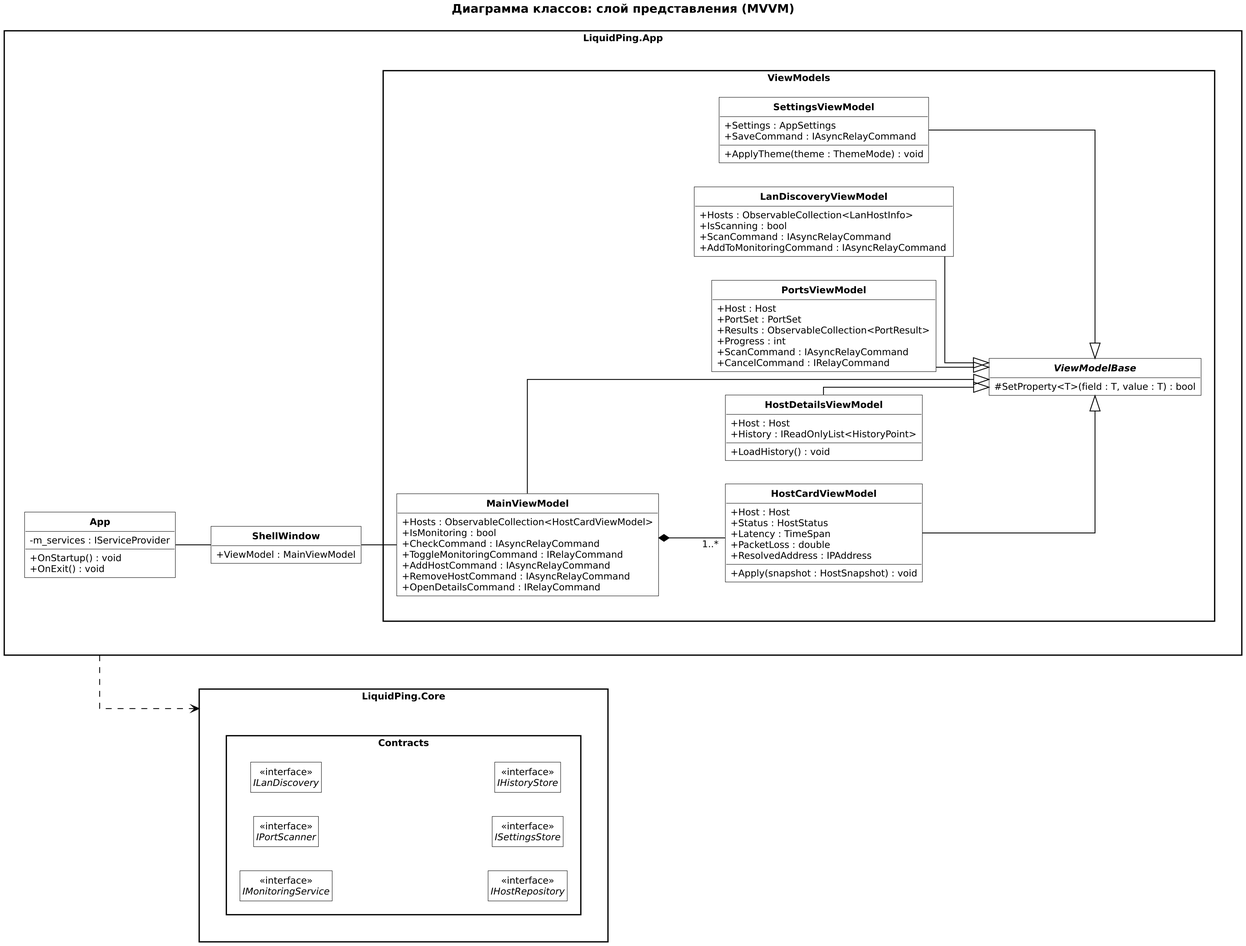
The PlantUML diagram docs/uml/img/class-viewmodels.png in Levandovskii/liquid-ping, before a commit. Its source is kept beside it as docs/uml/src/class-viewmodels.puml.
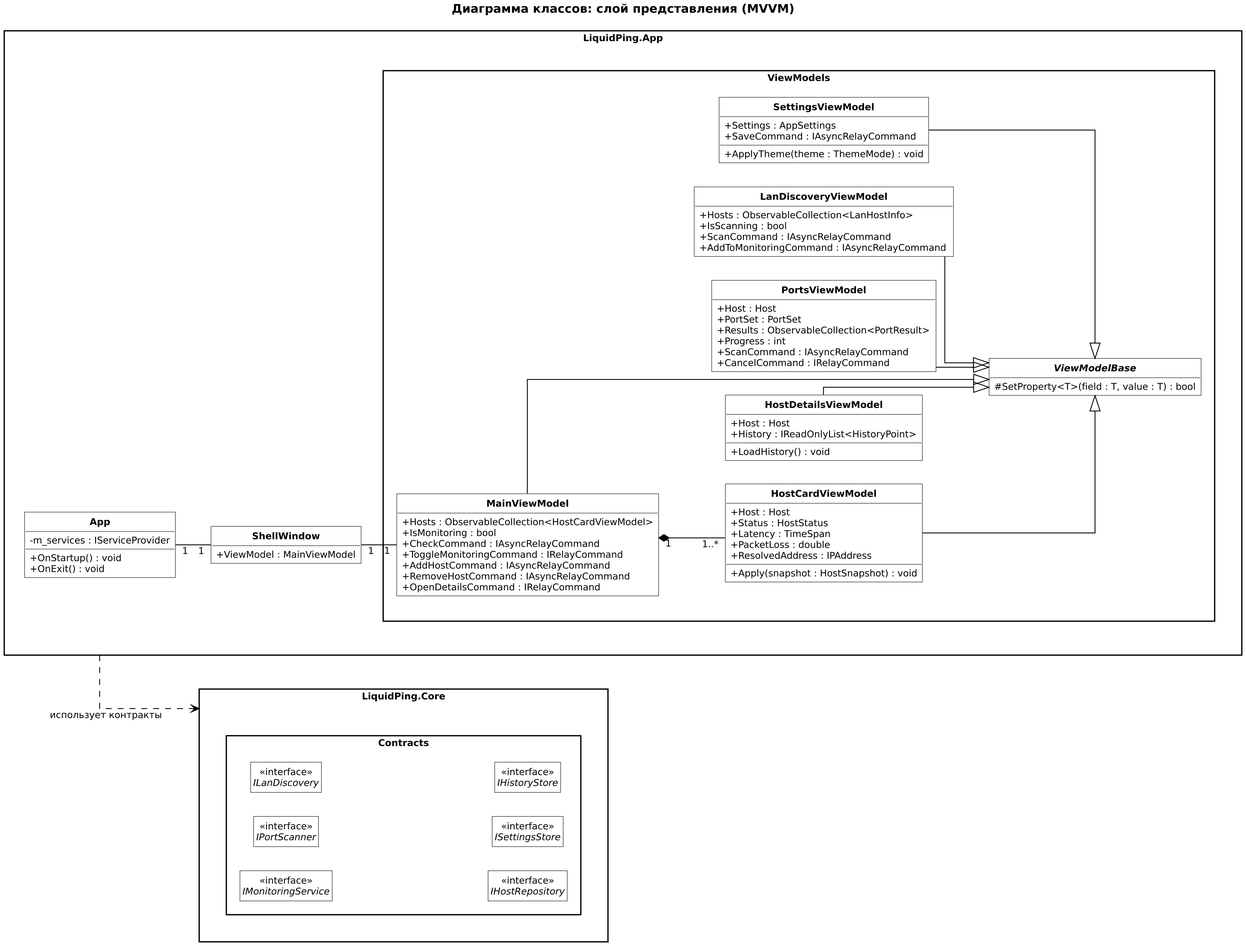
After the change.

Change to the diagram source:
```diff
@@ -106,8 +106,8 @@
   }
 }
 
-App -- ShellWindow
-ShellWindow -- MainViewModel
+App "1" -- "1" ShellWindow
+ShellWindow "1" -- "1" MainViewModel
 
 MainViewModel --|> ViewModelBase
 HostCardViewModel --|> ViewModelBase
@@ -116,7 +116,7 @@
 LanDiscoveryViewModel --|> ViewModelBase
 SettingsViewModel --|> ViewModelBase
 
-MainViewModel *-- "1..*" HostCardViewModel
+MainViewModel "1" *-- "1..*" HostCardViewModel
 
-LiquidPing.App::ViewModels ..> LiquidPing.Core::Contracts
+LiquidPing.App::ViewModels ..> LiquidPing.Core::Contracts : использует контракты
 @enduml
```
